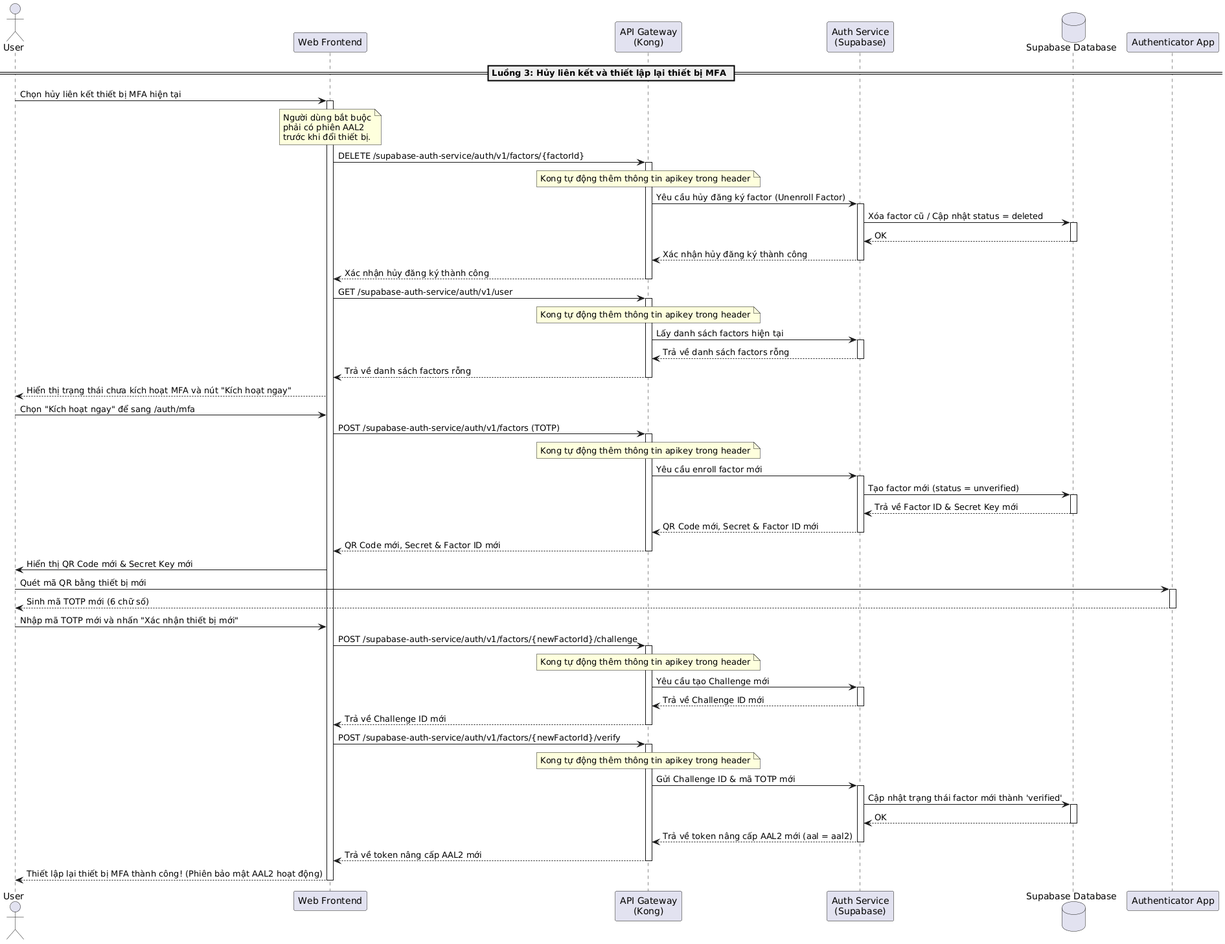
Before: latex/contents/Sequence/UML-Sequence-UserMfaResetDevice.png, a diagram exported from PlantUML (20206205Tech/docs-latex).
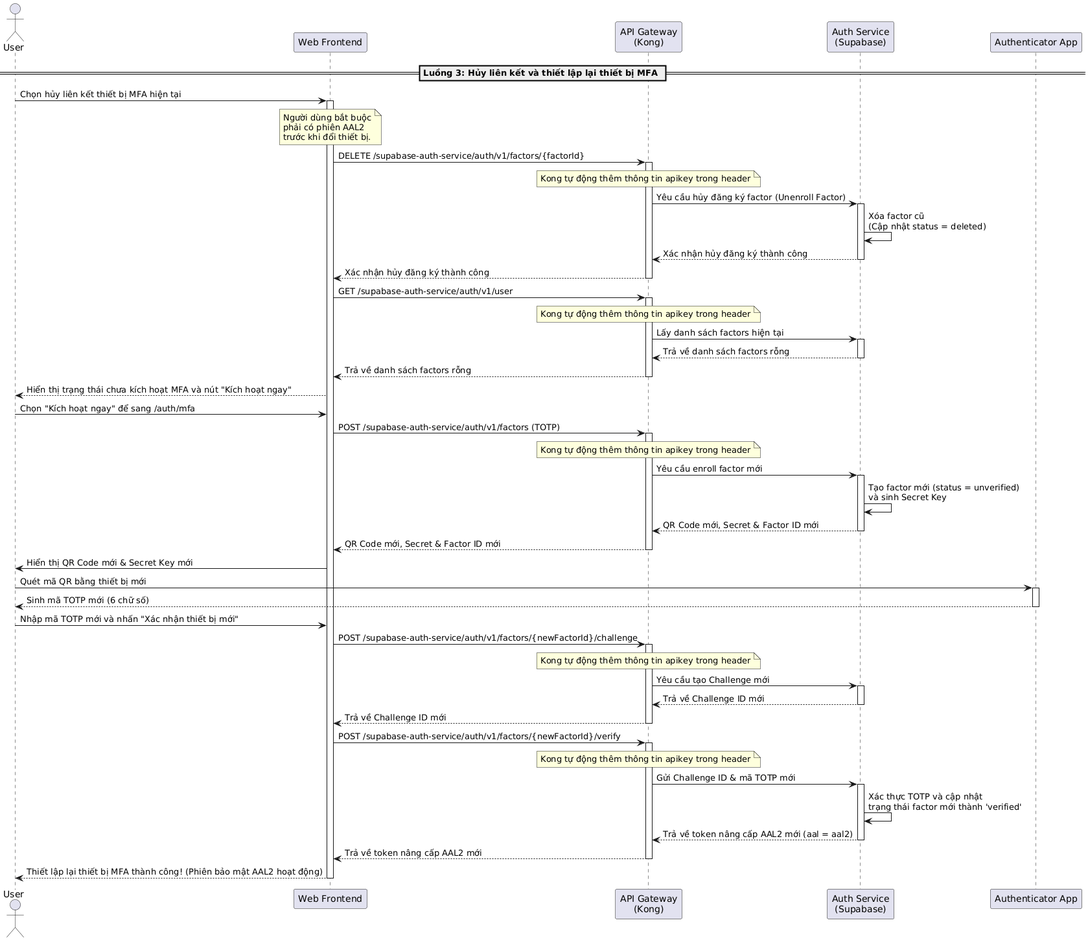
The same diagram one commit later.

Diff of the diagram source:
```diff
@@ -3,7 +3,6 @@
 participant "Web Frontend" as Frontend
 participant "API Gateway\n(Kong)" as Kong
 participant "Auth Service\n(Supabase)" as AuthService
-database "Supabase Database" as DB
 participant "Authenticator App" as AuthApp
 
 == Luồng 3: Hủy liên kết và thiết lập lại thiết bị MFA ==
@@ -17,10 +16,9 @@
 note over Kong: Kong tự động thêm thông tin apikey trong header
 Kong -> AuthService: Yêu cầu hủy đăng ký factor (Unenroll Factor)
 activate AuthService
-AuthService -> DB: Xóa factor cũ / Cập nhật status = deleted
-activate DB
-DB --> AuthService: OK
-deactivate DB
+
+AuthService -> AuthService: Xóa factor cũ\n(Cập nhật status = deleted)
+
 AuthService --> Kong: Xác nhận hủy đăng ký thành công
 deactivate AuthService
 Kong --> Frontend: Xác nhận hủy đăng ký thành công
@@ -44,10 +42,9 @@
 note over Kong: Kong tự động thêm thông tin apikey trong header
 Kong -> AuthService: Yêu cầu enroll factor mới
 activate AuthService
-AuthService -> DB: Tạo factor mới (status = unverified)
-activate DB
-DB --> AuthService: Trả về Factor ID & Secret Key mới
-deactivate DB
+
+AuthService -> AuthService: Tạo factor mới (status = unverified)\nvà sinh Secret Key
+
 AuthService --> Kong: QR Code mới, Secret & Factor ID mới
 deactivate AuthService
 Kong --> Frontend: QR Code mới, Secret & Factor ID mới
@@ -75,10 +72,9 @@
 note over Kong: Kong tự động thêm thông tin apikey trong header
 Kong -> AuthService: Gửi Challenge ID & mã TOTP mới
 activate AuthService
-AuthService -> DB: Cập nhật trạng thái factor mới thành 'verified'
-activate DB
-DB --> AuthService: OK
-deactivate DB
+
+AuthService -> AuthService: Xác thực TOTP và cập nhật\ntrạng thái factor mới thành 'verified'
+
 AuthService --> Kong: Trả về token nâng cấp AAL2 mới (aal = aal2)
 deactivate AuthService
 Kong --> Frontend: Trả về token nâng cấp AAL2 mới
```
